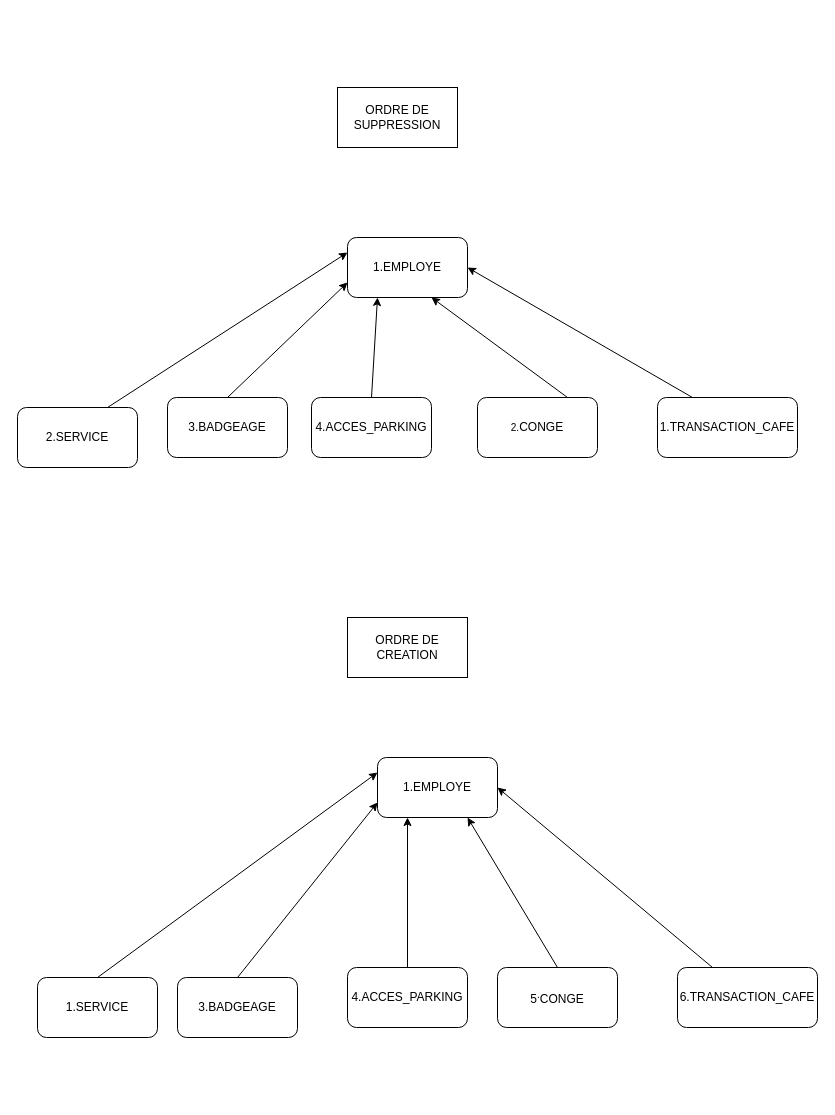
Before: Arbre_Adakor.drawio in gdiaby2403/repo1, a draw.io diagram. Source tidied: cells renumbered, new cells numbered last; positions are measured from the earlier drawing's top-left corner, leaving out a move shared by most shapes. Both pictures are drawn from the tidied source at 100%, with x=0, y=0 at pixel (17, 87).
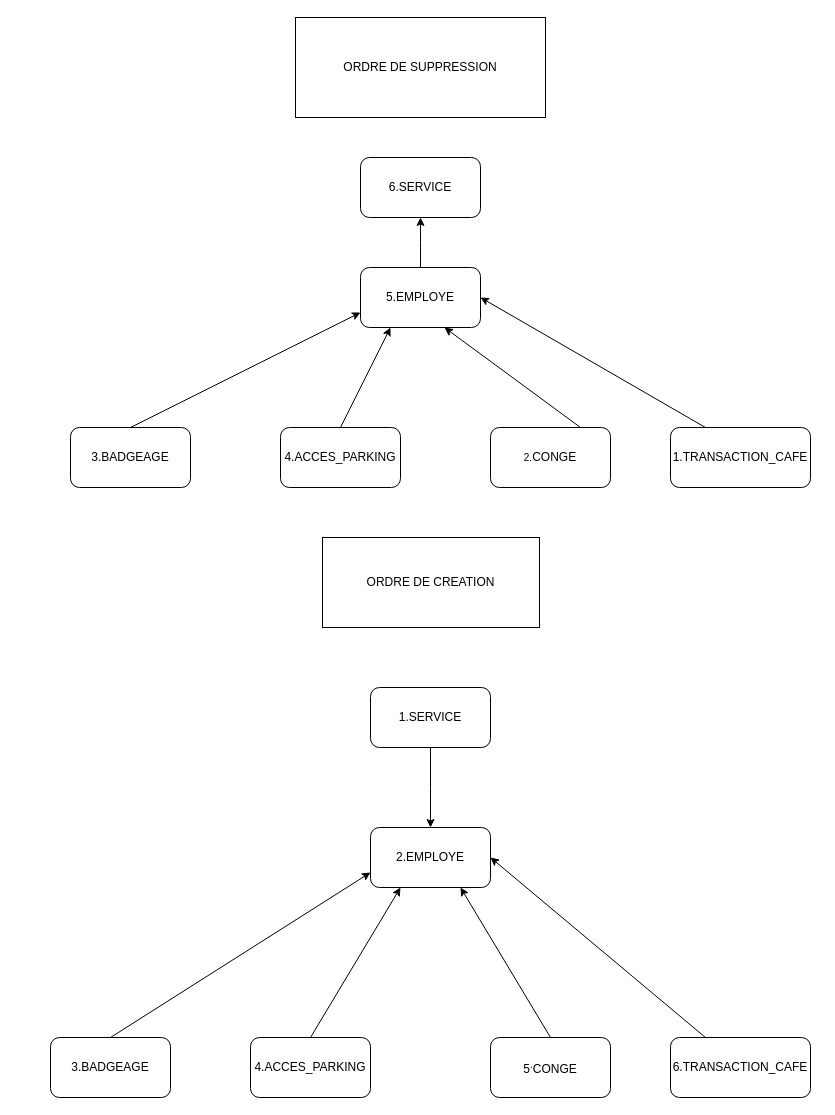
The same page after the edit.

Commit message:
Mettre à jour Arbre_Adakor.drawio

Diff of the diagram source:
```diff
@@
-    <mxCell id="2" value="1.EMPLOYE" style="rounded=1;whiteSpace=wrap;html=1;" parent="1" vertex="1">
-      <mxGeometry x="360" y="670" width="120" height="60" as="geometry" />
+    <mxCell id="2" value="2.EMPLOYE" style="rounded=1;whiteSpace=wrap;html=1;" parent="1" vertex="1">
+      <mxGeometry x="353" y="740" width="120" height="60" as="geometry" />
     </mxCell>
@@
     <mxCell id="4" value="5&lt;sup&gt;.&lt;/sup&gt;CONGE" style="rounded=1;whiteSpace=wrap;html=1;" parent="1" vertex="1">
-      <mxGeometry x="480" y="880" width="120" height="60" as="geometry" />
+      <mxGeometry x="473" y="950" width="120" height="60" as="geometry" />
     </mxCell>
@@
     <mxCell id="6" value="3.BADGEAGE" style="rounded=1;whiteSpace=wrap;html=1;" parent="1" vertex="1">
-      <mxGeometry x="160" y="890" width="120" height="60" as="geometry" />
+      <mxGeometry x="33" y="950" width="120" height="60" as="geometry" />
     </mxCell>
@@
     <mxCell id="8" value="6.TRANSACTION_CAFE" style="rounded=1;whiteSpace=wrap;html=1;" parent="1" vertex="1">
-      <mxGeometry x="660" y="880" width="140" height="60" as="geometry" />
+      <mxGeometry x="653" y="950" width="140" height="60" as="geometry" />
     </mxCell>
@@
     <mxCell id="10" value="4.ACCES_PARKING" style="rounded=1;whiteSpace=wrap;html=1;" parent="1" vertex="1">
-      <mxGeometry x="330" y="880" width="120" height="60" as="geometry" />
+      <mxGeometry x="233" y="950" width="120" height="60" as="geometry" />
     </mxCell>
-    <mxCell id="11" style="shape=wire;rounded=0;jettySize=auto;elbow=vertical;html=1;exitX=0.5;exitY=0;exitDx=0;exitDy=0;entryX=0;entryY=0.25;entryDx=0;entryDy=0;dashed=1;" parent="1" edge="1" source="12" target="2">
+    <mxCell id="11" style="edgeStyle=elbowEdgeStyle;shape=wire;rounded=0;jettySize=auto;elbow=vertical;html=1;exitX=0.5;exitY=1;exitDx=0;exitDy=0;entryX=0.5;entryY=0;entryDx=0;entryDy=0;dashed=1;" parent="1" edge="1" source="12" target="2">
       <mxGeometry relative="1" as="geometry" />
     </mxCell>
     <mxCell id="12" value="1.SERVICE" style="rounded=1;whiteSpace=wrap;html=1;" parent="1" vertex="1">
-      <mxGeometry x="20" y="890" width="120" height="60" as="geometry" />
+      <mxGeometry x="353" y="600" width="120" height="60" as="geometry" />
     </mxCell>
-    <mxCell id="13" value="1.EMPLOYE" style="rounded=1;whiteSpace=wrap;html=1;" parent="1" vertex="1">
-      <mxGeometry x="330" y="150" width="120" height="60" as="geometry" />
+    <mxCell id="13" value="5.EMPLOYE" style="rounded=1;whiteSpace=wrap;html=1;" parent="1" vertex="1">
+      <mxGeometry x="343" y="180" width="120" height="60" as="geometry" />
     </mxCell>
     <mxCell id="14" style="shape=wire;rounded=0;jettySize=auto;elbow=vertical;html=1;exitX=0.75;exitY=0;exitDx=0;exitDy=0;dashed=1;" parent="1" edge="1" source="15">
       <mxGeometry relative="1" as="geometry">
-        <mxPoint x="414" y="210" as="targetPoint" />
+        <mxPoint x="427" y="240" as="targetPoint" />
       </mxGeometry>
     </mxCell>
     <mxCell id="15" value="&lt;span style=&quot;font-size: 10px;&quot;&gt;2.&lt;/span&gt;CONGE" style="rounded=1;whiteSpace=wrap;html=1;" parent="1" vertex="1">
-      <mxGeometry x="460" y="310" width="120" height="60" as="geometry" />
+      <mxGeometry x="473" y="340" width="120" height="60" as="geometry" />
     </mxCell>
@@
     <mxCell id="17" value="3.BADGEAGE" style="rounded=1;whiteSpace=wrap;html=1;" parent="1" vertex="1">
-      <mxGeometry x="150" y="310" width="120" height="60" as="geometry" />
+      <mxGeometry x="53" y="340" width="120" height="60" as="geometry" />
     </mxCell>
@@
     <mxCell id="19" value="1.TRANSACTION_CAFE" style="rounded=1;whiteSpace=wrap;html=1;" parent="1" vertex="1">
-      <mxGeometry x="640" y="310" width="140" height="60" as="geometry" />
+      <mxGeometry x="653" y="340" width="140" height="60" as="geometry" />
     </mxCell>
@@
     <mxCell id="21" value="4.ACCES_PARKING" style="rounded=1;whiteSpace=wrap;html=1;" parent="1" vertex="1">
-      <mxGeometry x="294" y="310" width="120" height="60" as="geometry" />
+      <mxGeometry x="263" y="340" width="120" height="60" as="geometry" />
     </mxCell>
     <mxCell id="22" value="ORDRE DE CREATION" style="rounded=0;whiteSpace=wrap;html=1;" parent="1" vertex="1">
-      <mxGeometry x="330" y="530" width="120" height="60" as="geometry" />
+      <mxGeometry x="305" y="450" width="217" height="90" as="geometry" />
     </mxCell>
     <mxCell id="23" value="ORDRE DE SUPPRESSION" style="rounded=0;whiteSpace=wrap;html=1;" parent="1" vertex="1">
-      <mxGeometry x="320" width="120" height="60" as="geometry" />
+      <mxGeometry x="278" y="-70" width="250" height="100" as="geometry" />
     </mxCell>
-    <mxCell id="24" style="shape=wire;rounded=0;jettySize=auto;elbow=vertical;html=1;exitX=0.75;exitY=0;exitDx=0;exitDy=0;entryX=0;entryY=0.25;entryDx=0;entryDy=0;dashed=1;" parent="1" edge="1" source="25" target="13">
+    <mxCell id="24" style="edgeStyle=elbowEdgeStyle;shape=wire;rounded=0;jettySize=auto;elbow=vertical;html=1;exitX=0.5;exitY=1;exitDx=0;exitDy=0;entryX=0.5;entryY=0;entryDx=0;entryDy=0;dashed=1;startArrow=classic;startFill=1;endArrow=none;endFill=0;" parent="1" edge="1" source="25" target="13">
       <mxGeometry relative="1" as="geometry" />
     </mxCell>
-    <mxCell id="25" value="2.SERVICE" style="rounded=1;whiteSpace=wrap;html=1;" parent="1" vertex="1">
-      <mxGeometry y="320" width="120" height="60" as="geometry" />
+    <mxCell id="25" value="6.SERVICE" style="rounded=1;whiteSpace=wrap;html=1;" parent="1" vertex="1">
+      <mxGeometry x="343" y="70" width="120" height="60" as="geometry" />
     </mxCell>
```
